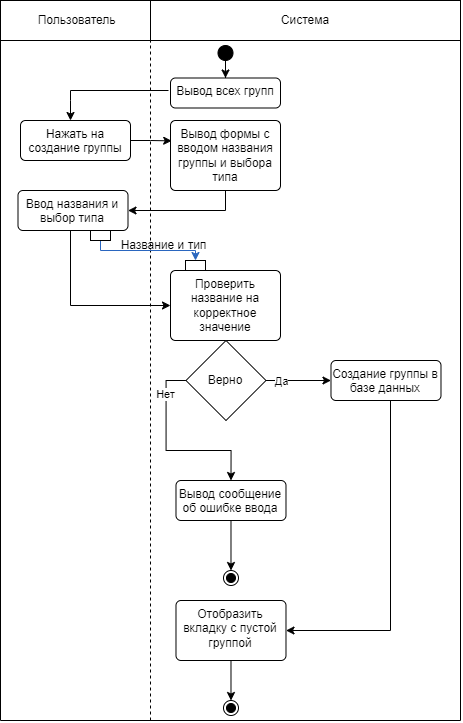
Earlier version of the draw.io export docs/images/functional_diagram3_1.png (Hembos/YoutubeAnalytics). Source tidied: cells renumbered, new cells last; positions are measured from the earlier drawing's top-left corner, leaving out a move shared by most shapes. The source it was exported from:
```xml
<mxGraphModel>
  <root>
    <mxCell id="0" />
    <mxCell id="1" parent="0" />
    <mxCell id="2" value="&amp;nbsp;Пользователь" style="whiteSpace=wrap;html=1;align=center;" parent="1" vertex="1">
      <mxGeometry width="150" height="40" as="geometry" />
    </mxCell>
    <mxCell id="3" value="Система" style="whiteSpace=wrap;html=1;align=center;" parent="1" vertex="1">
      <mxGeometry x="150" width="310" height="40" as="geometry" />
    </mxCell>
    <mxCell id="4" style="endArrow=none;dashed=1;html=1;rounded=0;entryX=0;entryY=1;entryDx=0;entryDy=0;" parent="1" edge="1">
      <mxGeometry relative="1" as="geometry">
        <mxPoint x="150" y="720" as="sourcePoint" />
        <mxPoint x="150" y="40" as="targetPoint" />
      </mxGeometry>
    </mxCell>
    <mxCell id="5" style="endArrow=none;html=1;rounded=0;entryX=0;entryY=1;entryDx=0;entryDy=0;" parent="1" edge="1" target="2">
      <mxGeometry relative="1" as="geometry">
        <mxPoint y="720" as="sourcePoint" />
      </mxGeometry>
    </mxCell>
    <mxCell id="6" style="endArrow=none;html=1;rounded=0;entryX=1;entryY=1;entryDx=0;entryDy=0;" parent="1" edge="1" target="3">
      <mxGeometry relative="1" as="geometry">
        <mxPoint x="460" y="720" as="sourcePoint" />
      </mxGeometry>
    </mxCell>
    <mxCell id="7" style="edgeStyle=orthogonalEdgeStyle;rounded=0;jettySize=auto;html=1;entryX=0.011;entryY=0.291;entryDx=0;entryDy=0;entryPerimeter=0;" parent="1" edge="1" source="8" target="10">
      <mxGeometry relative="1" as="geometry" />
    </mxCell>
    <mxCell id="8" value="Нажать на создание группы" style="html=1;align=center;verticalAlign=top;rounded=1;absoluteArcSize=1;arcSize=10;dashed=0;whiteSpace=wrap;" parent="1" vertex="1">
      <mxGeometry x="20" y="120" width="110" height="40" as="geometry" />
    </mxCell>
    <mxCell id="9" style="edgeStyle=orthogonalEdgeStyle;rounded=0;jettySize=auto;html=1;entryX=1;entryY=0.5;entryDx=0;entryDy=0;" parent="1" edge="1" source="10" target="12">
      <mxGeometry relative="1" as="geometry">
        <Array as="points">
          <mxPoint x="225" y="150" />
        </Array>
      </mxGeometry>
    </mxCell>
    <mxCell id="10" value="Вывод формы с вводом названия группы и выбора типа" style="html=1;align=center;verticalAlign=top;rounded=1;absoluteArcSize=1;arcSize=10;dashed=0;whiteSpace=wrap;" parent="1" vertex="1">
      <mxGeometry x="170" y="120" width="110" height="70" as="geometry" />
    </mxCell>
    <mxCell id="11" style="edgeStyle=orthogonalEdgeStyle;rounded=0;jettySize=auto;html=1;entryX=0;entryY=0.5;entryDx=0;entryDy=0;" parent="1" edge="1" source="12" target="14">
      <mxGeometry relative="1" as="geometry">
        <Array as="points">
          <mxPoint x="70" y="305" />
        </Array>
      </mxGeometry>
    </mxCell>
    <mxCell id="12" value="Ввод названия и выбор типа" style="html=1;align=center;verticalAlign=top;rounded=1;absoluteArcSize=1;arcSize=10;dashed=0;whiteSpace=wrap;" parent="1" vertex="1">
      <mxGeometry x="17.5" y="190" width="110" height="40" as="geometry" />
    </mxCell>
    <mxCell id="13" style="edgeStyle=orthogonalEdgeStyle;rounded=0;jettySize=auto;html=1;entryX=0.5;entryY=0;entryDx=0;entryDy=0;" parent="1" edge="1" source="14" target="19">
      <mxGeometry relative="1" as="geometry" />
    </mxCell>
    <mxCell id="14" value="Проверить название на корректное значение" style="html=1;align=center;verticalAlign=top;rounded=1;absoluteArcSize=1;arcSize=10;dashed=0;whiteSpace=wrap;" parent="1" vertex="1">
      <mxGeometry x="170" y="270" width="110" height="70" as="geometry" />
    </mxCell>
    <mxCell id="15" style="edgeStyle=orthogonalEdgeStyle;rounded=0;jettySize=auto;html=1;exitX=0;exitY=0.5;exitDx=0;exitDy=0;entryX=0.5;entryY=0;entryDx=0;entryDy=0;" parent="1" edge="1" source="19" target="25">
      <mxGeometry relative="1" as="geometry" />
    </mxCell>
    <mxCell id="16" value="Нет" style="edgeLabel;html=1;align=center;verticalAlign=middle;" parent="15" vertex="1">
      <mxGeometry x="-0.64" y="-1" relative="1" as="geometry" />
    </mxCell>
    <mxCell id="17" style="edgeStyle=orthogonalEdgeStyle;rounded=0;jettySize=auto;html=1;entryX=0;entryY=0.5;entryDx=0;entryDy=0;" parent="1" edge="1" source="19" target="27">
      <mxGeometry relative="1" as="geometry" />
    </mxCell>
    <mxCell id="18" value="Да" style="edgeLabel;html=1;align=center;verticalAlign=middle;" parent="17" vertex="1">
      <mxGeometry x="-0.68" y="2" relative="1" as="geometry">
        <mxPoint x="5" y="2" as="offset" />
      </mxGeometry>
    </mxCell>
    <mxCell id="19" value="Верно" style="rhombus;whiteSpace=wrap;html=1;" parent="1" vertex="1">
      <mxGeometry x="185.5" y="340" width="80" height="80" as="geometry" />
    </mxCell>
    <mxCell id="20" style="edgeStyle=orthogonalEdgeStyle;rounded=0;jettySize=auto;html=1;" parent="1" edge="1" source="21" target="23">
      <mxGeometry relative="1" as="geometry" />
    </mxCell>
    <mxCell id="21" style="ellipse;fillColor=strokeColor;html=1;" parent="1" vertex="1">
      <mxGeometry x="217.5" y="45" width="15" height="15" as="geometry" />
    </mxCell>
    <mxCell id="22" style="edgeStyle=orthogonalEdgeStyle;rounded=0;jettySize=auto;html=1;" parent="1" edge="1" target="8">
      <mxGeometry relative="1" as="geometry">
        <mxPoint x="168" y="90" as="sourcePoint" />
        <Array as="points">
          <mxPoint x="70" y="90" />
          <mxPoint x="70" y="100" />
          <mxPoint x="70" y="100" />
        </Array>
      </mxGeometry>
    </mxCell>
    <mxCell id="23" value="Вывод всех групп" style="html=1;align=center;verticalAlign=top;rounded=1;absoluteArcSize=1;arcSize=10;dashed=0;whiteSpace=wrap;" parent="1" vertex="1">
      <mxGeometry x="170" y="77.5" width="110" height="30" as="geometry" />
    </mxCell>
    <mxCell id="24" style="edgeStyle=orthogonalEdgeStyle;rounded=0;jettySize=auto;html=1;entryX=0.5;entryY=0;entryDx=0;entryDy=0;" parent="1" edge="1" source="25" target="28">
      <mxGeometry relative="1" as="geometry" />
    </mxCell>
    <mxCell id="25" value="Вывод сообщение об ошибке ввода" style="html=1;align=center;verticalAlign=top;rounded=1;absoluteArcSize=1;arcSize=10;dashed=0;whiteSpace=wrap;" parent="1" vertex="1">
      <mxGeometry x="175.5" y="480" width="110" height="40" as="geometry" />
    </mxCell>
    <mxCell id="26" style="edgeStyle=orthogonalEdgeStyle;rounded=0;jettySize=auto;html=1;entryX=1;entryY=0.5;entryDx=0;entryDy=0;" parent="1" edge="1" source="27" target="30">
      <mxGeometry relative="1" as="geometry">
        <Array as="points">
          <mxPoint x="390" y="630" />
        </Array>
      </mxGeometry>
    </mxCell>
    <mxCell id="27" value="Создание группы в базе данных" style="html=1;align=center;verticalAlign=top;rounded=1;absoluteArcSize=1;arcSize=10;dashed=0;whiteSpace=wrap;" parent="1" vertex="1">
      <mxGeometry x="330.5" y="360" width="110" height="40" as="geometry" />
    </mxCell>
    <mxCell id="28" style="ellipse;html=1;shape=endState;fillColor=strokeColor;" parent="1" vertex="1">
      <mxGeometry x="223" y="570" width="15" height="15" as="geometry" />
    </mxCell>
    <mxCell id="29" style="edgeStyle=orthogonalEdgeStyle;rounded=0;jettySize=auto;html=1;entryX=0.5;entryY=0;entryDx=0;entryDy=0;" parent="1" edge="1" source="30" target="32">
      <mxGeometry relative="1" as="geometry" />
    </mxCell>
    <mxCell id="30" value="Отобразить вкладку с пустой группой" style="html=1;align=center;verticalAlign=top;rounded=1;absoluteArcSize=1;arcSize=10;dashed=0;whiteSpace=wrap;" parent="1" vertex="1">
      <mxGeometry x="175.5" y="600" width="110" height="60" as="geometry" />
    </mxCell>
    <mxCell id="31" style="endArrow=none;html=1;rounded=0;" parent="1" edge="1">
      <mxGeometry relative="1" as="geometry">
        <mxPoint y="720" as="sourcePoint" />
        <mxPoint x="460" y="720" as="targetPoint" />
      </mxGeometry>
    </mxCell>
    <mxCell id="32" style="ellipse;html=1;shape=endState;fillColor=strokeColor;" parent="1" vertex="1">
      <mxGeometry x="223" y="700" width="15" height="15" as="geometry" />
    </mxCell>
    <mxCell id="33" style="edgeStyle=orthogonalEdgeStyle;rounded=0;jettySize=auto;html=1;entryX=0.5;entryY=0;entryDx=0;entryDy=0;strokeColor=#2A66BF;" parent="1" edge="1" source="34" target="35">
      <mxGeometry relative="1" as="geometry">
        <Array as="points">
          <mxPoint x="100" y="250" />
          <mxPoint x="195" y="250" />
        </Array>
      </mxGeometry>
    </mxCell>
    <mxCell id="34" style="rounded=0;whiteSpace=wrap;html=1;" parent="1" vertex="1">
      <mxGeometry x="90" y="230" width="20" height="10" as="geometry" />
    </mxCell>
    <mxCell id="35" style="rounded=0;whiteSpace=wrap;html=1;" parent="1" vertex="1">
      <mxGeometry x="185" y="260" width="20" height="10" as="geometry" />
    </mxCell>
    <mxCell id="36" value="Название и тип" style="text;html=1;align=center;verticalAlign=middle;strokeColor=none;fillColor=none;" parent="1" vertex="1">
      <mxGeometry x="107.5" y="230" width="110" height="30" as="geometry" />
    </mxCell>
  </root>
</mxGraphModel>
```
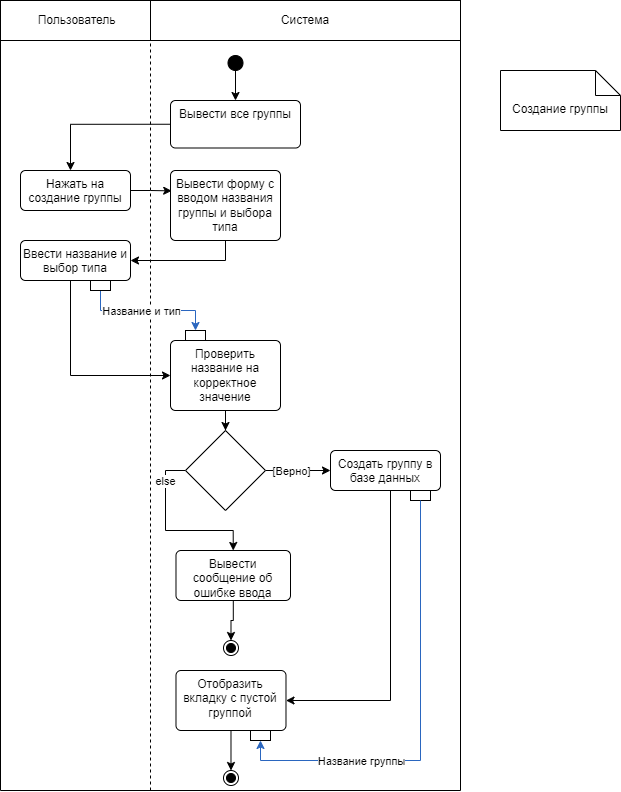
The same diagram one commit later.

The edit, as a diff of the source:
```diff
@@ -3,15 +3,14 @@
     <mxCell id="0" />
     <mxCell id="1" parent="0" />
     <mxCell id="2" value="&amp;nbsp;Пользователь" style="whiteSpace=wrap;html=1;align=center;" parent="1" vertex="1">
-      <mxGeometry width="150" height="40" as="geometry" />
+      <mxGeometry y="-70" width="150" height="40" as="geometry" />
     </mxCell>
     <mxCell id="3" value="Система" style="whiteSpace=wrap;html=1;align=center;" parent="1" vertex="1">
-      <mxGeometry x="150" width="310" height="40" as="geometry" />
+      <mxGeometry x="150" y="-70" width="310" height="40" as="geometry" />
     </mxCell>
-    <mxCell id="4" style="endArrow=none;dashed=1;html=1;rounded=0;entryX=0;entryY=1;entryDx=0;entryDy=0;" parent="1" edge="1">
+    <mxCell id="4" style="endArrow=none;dashed=1;html=1;rounded=0;entryX=0;entryY=1;entryDx=0;entryDy=0;" parent="1" edge="1" target="3">
       <mxGeometry relative="1" as="geometry">
         <mxPoint x="150" y="720" as="sourcePoint" />
-        <mxPoint x="150" y="40" as="targetPoint" />
       </mxGeometry>
     </mxCell>
     <mxCell id="5" style="endArrow=none;html=1;rounded=0;entryX=0;entryY=1;entryDx=0;entryDy=0;" parent="1" edge="1" target="2">
@@ -28,7 +27,7 @@
       <mxGeometry relative="1" as="geometry" />
     </mxCell>
     <mxCell id="8" value="Нажать на создание группы" style="html=1;align=center;verticalAlign=top;rounded=1;absoluteArcSize=1;arcSize=10;dashed=0;whiteSpace=wrap;" parent="1" vertex="1">
-      <mxGeometry x="20" y="120" width="110" height="40" as="geometry" />
+      <mxGeometry x="20" y="100" width="110" height="40" as="geometry" />
     </mxCell>
     <mxCell id="9" style="edgeStyle=orthogonalEdgeStyle;rounded=0;jettySize=auto;html=1;entryX=1;entryY=0.5;entryDx=0;entryDy=0;" parent="1" edge="1" source="10" target="12">
       <mxGeometry relative="1" as="geometry">
@@ -37,8 +36,8 @@
         </Array>
       </mxGeometry>
     </mxCell>
-    <mxCell id="10" value="Вывод формы с вводом названия группы и выбора типа" style="html=1;align=center;verticalAlign=top;rounded=1;absoluteArcSize=1;arcSize=10;dashed=0;whiteSpace=wrap;" parent="1" vertex="1">
-      <mxGeometry x="170" y="120" width="110" height="70" as="geometry" />
+    <mxCell id="10" value="Вывести форму с вводом названия группы и выбора типа" style="html=1;align=center;verticalAlign=top;rounded=1;absoluteArcSize=1;arcSize=10;dashed=0;whiteSpace=wrap;" parent="1" vertex="1">
+      <mxGeometry x="170" y="100" width="110" height="70" as="geometry" />
     </mxCell>
     <mxCell id="11" style="edgeStyle=orthogonalEdgeStyle;rounded=0;jettySize=auto;html=1;entryX=0;entryY=0.5;entryDx=0;entryDy=0;" parent="1" edge="1" source="12" target="14">
       <mxGeometry relative="1" as="geometry">
@@ -47,8 +46,8 @@
         </Array>
       </mxGeometry>
     </mxCell>
-    <mxCell id="12" value="Ввод названия и выбор типа" style="html=1;align=center;verticalAlign=top;rounded=1;absoluteArcSize=1;arcSize=10;dashed=0;whiteSpace=wrap;" parent="1" vertex="1">
-      <mxGeometry x="17.5" y="190" width="110" height="40" as="geometry" />
+    <mxCell id="12" value="Ввести название и выбор типа" style="html=1;align=center;verticalAlign=top;rounded=1;absoluteArcSize=1;arcSize=10;dashed=0;whiteSpace=wrap;" parent="1" vertex="1">
+      <mxGeometry x="20" y="170" width="110" height="40" as="geometry" />
     </mxCell>
     <mxCell id="13" style="edgeStyle=orthogonalEdgeStyle;rounded=0;jettySize=auto;html=1;entryX=0.5;entryY=0;entryDx=0;entryDy=0;" parent="1" edge="1" source="14" target="19">
       <mxGeometry relative="1" as="geometry" />
@@ -59,44 +58,41 @@
     <mxCell id="15" style="edgeStyle=orthogonalEdgeStyle;rounded=0;jettySize=auto;html=1;exitX=0;exitY=0.5;exitDx=0;exitDy=0;entryX=0.5;entryY=0;entryDx=0;entryDy=0;" parent="1" edge="1" source="19" target="25">
       <mxGeometry relative="1" as="geometry" />
     </mxCell>
-    <mxCell id="16" value="Нет" style="edgeLabel;html=1;align=center;verticalAlign=middle;" parent="15" vertex="1">
+    <mxCell id="16" value="else" style="edgeLabel;html=1;align=center;verticalAlign=middle;" parent="15" vertex="1">
       <mxGeometry x="-0.64" y="-1" relative="1" as="geometry" />
     </mxCell>
     <mxCell id="17" style="edgeStyle=orthogonalEdgeStyle;rounded=0;jettySize=auto;html=1;entryX=0;entryY=0.5;entryDx=0;entryDy=0;" parent="1" edge="1" source="19" target="27">
       <mxGeometry relative="1" as="geometry" />
     </mxCell>
-    <mxCell id="18" value="Да" style="edgeLabel;html=1;align=center;verticalAlign=middle;" parent="17" vertex="1">
+    <mxCell id="18" value="[Верно]" style="edgeLabel;html=1;align=center;verticalAlign=middle;" parent="17" vertex="1">
       <mxGeometry x="-0.68" y="2" relative="1" as="geometry">
-        <mxPoint x="5" y="2" as="offset" />
+        <mxPoint x="15" y="2" as="offset" />
       </mxGeometry>
     </mxCell>
-    <mxCell id="19" value="Верно" style="rhombus;whiteSpace=wrap;html=1;" parent="1" vertex="1">
-      <mxGeometry x="185.5" y="340" width="80" height="80" as="geometry" />
+    <mxCell id="19" style="rhombus;whiteSpace=wrap;html=1;" parent="1" vertex="1">
+      <mxGeometry x="185" y="360" width="80" height="80" as="geometry" />
     </mxCell>
     <mxCell id="20" style="edgeStyle=orthogonalEdgeStyle;rounded=0;jettySize=auto;html=1;" parent="1" edge="1" source="21" target="23">
       <mxGeometry relative="1" as="geometry" />
     </mxCell>
     <mxCell id="21" style="ellipse;fillColor=strokeColor;html=1;" parent="1" vertex="1">
-      <mxGeometry x="217.5" y="45" width="15" height="15" as="geometry" />
+      <mxGeometry x="227.5" y="-15" width="15" height="15" as="geometry" />
     </mxCell>
-    <mxCell id="22" style="edgeStyle=orthogonalEdgeStyle;rounded=0;jettySize=auto;html=1;" parent="1" edge="1" target="8">
+    <mxCell id="22" style="edgeStyle=orthogonalEdgeStyle;rounded=0;jettySize=auto;html=1;exitX=0;exitY=0.5;exitDx=0;exitDy=0;" parent="1" edge="1" source="23" target="8">
       <mxGeometry relative="1" as="geometry">
-        <mxPoint x="168" y="90" as="sourcePoint" />
         <Array as="points">
-          <mxPoint x="70" y="90" />
-          <mxPoint x="70" y="100" />
-          <mxPoint x="70" y="100" />
+          <mxPoint x="70" y="54" />
         </Array>
       </mxGeometry>
     </mxCell>
-    <mxCell id="23" value="Вывод всех групп" style="html=1;align=center;verticalAlign=top;rounded=1;absoluteArcSize=1;arcSize=10;dashed=0;whiteSpace=wrap;" parent="1" vertex="1">
-      <mxGeometry x="170" y="77.5" width="110" height="30" as="geometry" />
+    <mxCell id="23" value="Вывести все группы" style="html=1;align=center;verticalAlign=top;rounded=1;absoluteArcSize=1;arcSize=10;dashed=0;whiteSpace=wrap;" parent="1" vertex="1">
+      <mxGeometry x="170" y="30" width="130" height="47.5" as="geometry" />
     </mxCell>
     <mxCell id="24" style="edgeStyle=orthogonalEdgeStyle;rounded=0;jettySize=auto;html=1;entryX=0.5;entryY=0;entryDx=0;entryDy=0;" parent="1" edge="1" source="25" target="28">
       <mxGeometry relative="1" as="geometry" />
     </mxCell>
-    <mxCell id="25" value="Вывод сообщение об ошибке ввода" style="html=1;align=center;verticalAlign=top;rounded=1;absoluteArcSize=1;arcSize=10;dashed=0;whiteSpace=wrap;" parent="1" vertex="1">
-      <mxGeometry x="175.5" y="480" width="110" height="40" as="geometry" />
+    <mxCell id="25" value="Вывести сообщение об ошибке ввода" style="html=1;align=center;verticalAlign=top;rounded=1;absoluteArcSize=1;arcSize=10;dashed=0;whiteSpace=wrap;" parent="1" vertex="1">
+      <mxGeometry x="175.5" y="480" width="114.5" height="50" as="geometry" />
     </mxCell>
     <mxCell id="26" style="edgeStyle=orthogonalEdgeStyle;rounded=0;jettySize=auto;html=1;entryX=1;entryY=0.5;entryDx=0;entryDy=0;" parent="1" edge="1" source="27" target="30">
       <mxGeometry relative="1" as="geometry">
@@ -105,8 +101,8 @@
         </Array>
       </mxGeometry>
     </mxCell>
-    <mxCell id="27" value="Создание группы в базе данных" style="html=1;align=center;verticalAlign=top;rounded=1;absoluteArcSize=1;arcSize=10;dashed=0;whiteSpace=wrap;" parent="1" vertex="1">
-      <mxGeometry x="330.5" y="360" width="110" height="40" as="geometry" />
+    <mxCell id="27" value="Создать группу в базе данных" style="html=1;align=center;verticalAlign=top;rounded=1;absoluteArcSize=1;arcSize=10;dashed=0;whiteSpace=wrap;" parent="1" vertex="1">
+      <mxGeometry x="330" y="380" width="110" height="40" as="geometry" />
     </mxCell>
     <mxCell id="28" style="ellipse;html=1;shape=endState;fillColor=strokeColor;" parent="1" vertex="1">
       <mxGeometry x="223" y="570" width="15" height="15" as="geometry" />
@@ -126,22 +122,62 @@
     <mxCell id="32" style="ellipse;html=1;shape=endState;fillColor=strokeColor;" parent="1" vertex="1">
       <mxGeometry x="223" y="700" width="15" height="15" as="geometry" />
     </mxCell>
+    <mxCell id="37" style="edgeStyle=orthogonalEdgeStyle;rounded=0;jettySize=auto;html=1;entryX=0.5;entryY=0;entryDx=0;entryDy=0;strokeColor=#2A66BF;" parent="1" edge="1" source="34">
+      <mxGeometry relative="1" as="geometry">
+        <Array as="points">
+          <mxPoint x="120" y="235" />
+        </Array>
+      </mxGeometry>
+    </mxCell>
     <mxCell id="33" style="edgeStyle=orthogonalEdgeStyle;rounded=0;jettySize=auto;html=1;entryX=0.5;entryY=0;entryDx=0;entryDy=0;strokeColor=#2A66BF;" parent="1" edge="1" source="34" target="35">
       <mxGeometry relative="1" as="geometry">
         <Array as="points">
-          <mxPoint x="100" y="250" />
-          <mxPoint x="195" y="250" />
+          <mxPoint x="100" y="240" />
+          <mxPoint x="195" y="240" />
         </Array>
       </mxGeometry>
     </mxCell>
+    <mxCell id="36" value="Название и тип" style="edgeLabel;html=1;align=center;verticalAlign=middle;" parent="33" vertex="1">
+      <mxGeometry x="-0.27" relative="1" as="geometry">
+        <mxPoint x="11" as="offset" />
+      </mxGeometry>
+    </mxCell>
     <mxCell id="34" style="rounded=0;whiteSpace=wrap;html=1;" parent="1" vertex="1">
-      <mxGeometry x="90" y="230" width="20" height="10" as="geometry" />
+      <mxGeometry x="90" y="210" width="20" height="10" as="geometry" />
     </mxCell>
     <mxCell id="35" style="rounded=0;whiteSpace=wrap;html=1;" parent="1" vertex="1">
       <mxGeometry x="185" y="260" width="20" height="10" as="geometry" />
     </mxCell>
-    <mxCell id="36" value="Название и тип" style="text;html=1;align=center;verticalAlign=middle;strokeColor=none;fillColor=none;" parent="1" vertex="1">
-      <mxGeometry x="107.5" y="230" width="110" height="30" as="geometry" />
-    </mxCell>
+    <mxCell id="38" style="edgeStyle=orthogonalEdgeStyle;rounded=0;jettySize=auto;html=1;entryX=0.5;entryY=0;entryDx=0;entryDy=0;strokeColor=#2A66BF;" parent="1" edge="1" target="35">
+      <mxGeometry relative="1" as="geometry">
+        <Array as="points">
+          <mxPoint x="170" y="270" />
+          <mxPoint x="170" y="240" />
+          <mxPoint x="195" y="240" />
+        </Array>
+      </mxGeometry>
+    </mxCell>
+    <mxCell id="39" style="rounded=0;whiteSpace=wrap;html=1;" parent="1" vertex="1">
+      <mxGeometry x="410" y="420" width="20" height="10" as="geometry" />
+    </mxCell>
+    <mxCell id="40" style="rounded=0;whiteSpace=wrap;html=1;" parent="1" vertex="1">
+      <mxGeometry x="250" y="660" width="20" height="10" as="geometry" />
+    </mxCell>
+    <mxCell id="41" style="edgeStyle=orthogonalEdgeStyle;rounded=0;jettySize=auto;html=1;entryX=0.5;entryY=1;entryDx=0;entryDy=0;strokeColor=#2A66BF;" parent="1" edge="1" source="39" target="40">
+      <mxGeometry relative="1" as="geometry">
+        <Array as="points">
+          <mxPoint x="420" y="690" />
+          <mxPoint x="260" y="690" />
+        </Array>
+      </mxGeometry>
+    </mxCell>
+    <mxCell id="42" value="Название группы" style="edgeLabel;html=1;align=center;verticalAlign=middle;" parent="41" vertex="1">
+      <mxGeometry x="0.43" y="-3" relative="1" as="geometry">
+        <mxPoint x="-6" y="3" as="offset" />
+      </mxGeometry>
+    </mxCell>
+    <mxCell id="43" value="Создание группы" style="shape=note2;boundedLbl=1;whiteSpace=wrap;html=1;size=25;verticalAlign=top;align=center;" parent="1" vertex="1">
+      <mxGeometry x="500" width="120" height="60" as="geometry" />
+    </mxCell>
   </root>
 </mxGraphModel>
```
